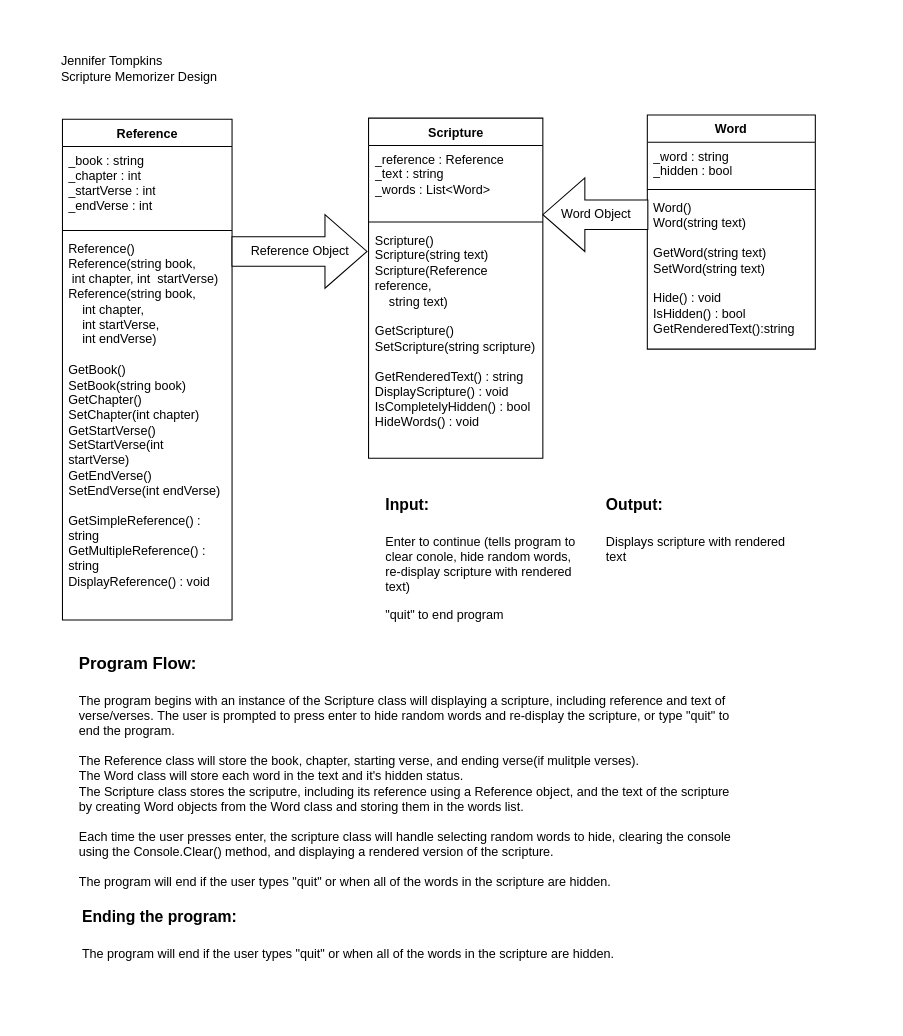
Earlier version of the draw.io diagram prove/Develop03/ScriptureDiagram.drawio (jtompkins1/cse210-projects). Source tidied: cells renumbered, new cells numbered last; positions are measured from the earlier drawing's top-left corner, leaving out a move shared by most shapes. Both pictures are drawn from the tidied source at 105%, with x=0, y=0 at pixel (59, 46).
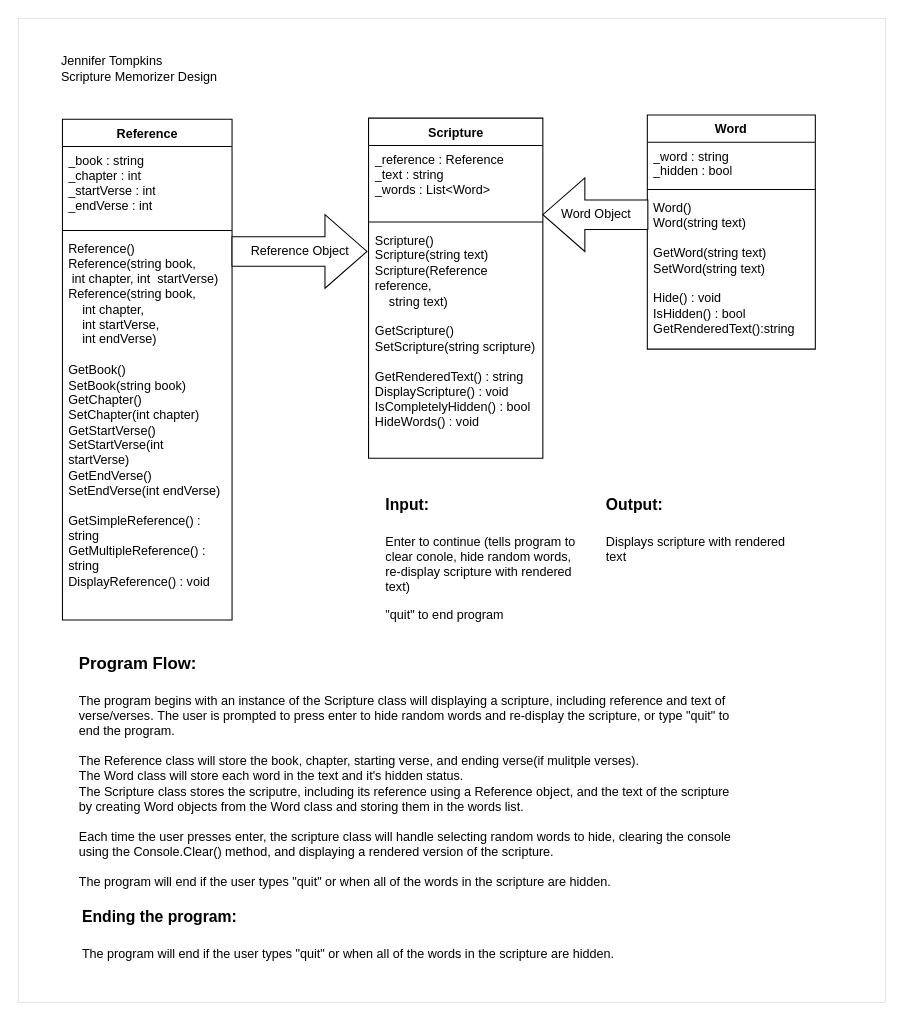
The same diagram, later.

What changed in the source:
```diff
@@
+    <mxCell id="21" style="rounded=0;whiteSpace=wrap;html=1;fillColor=none;strokeWidth=0;" parent="1" vertex="1">
+      <mxGeometry x="-39" y="-27" width="826" height="937" as="geometry" />
+    </mxCell>
```
